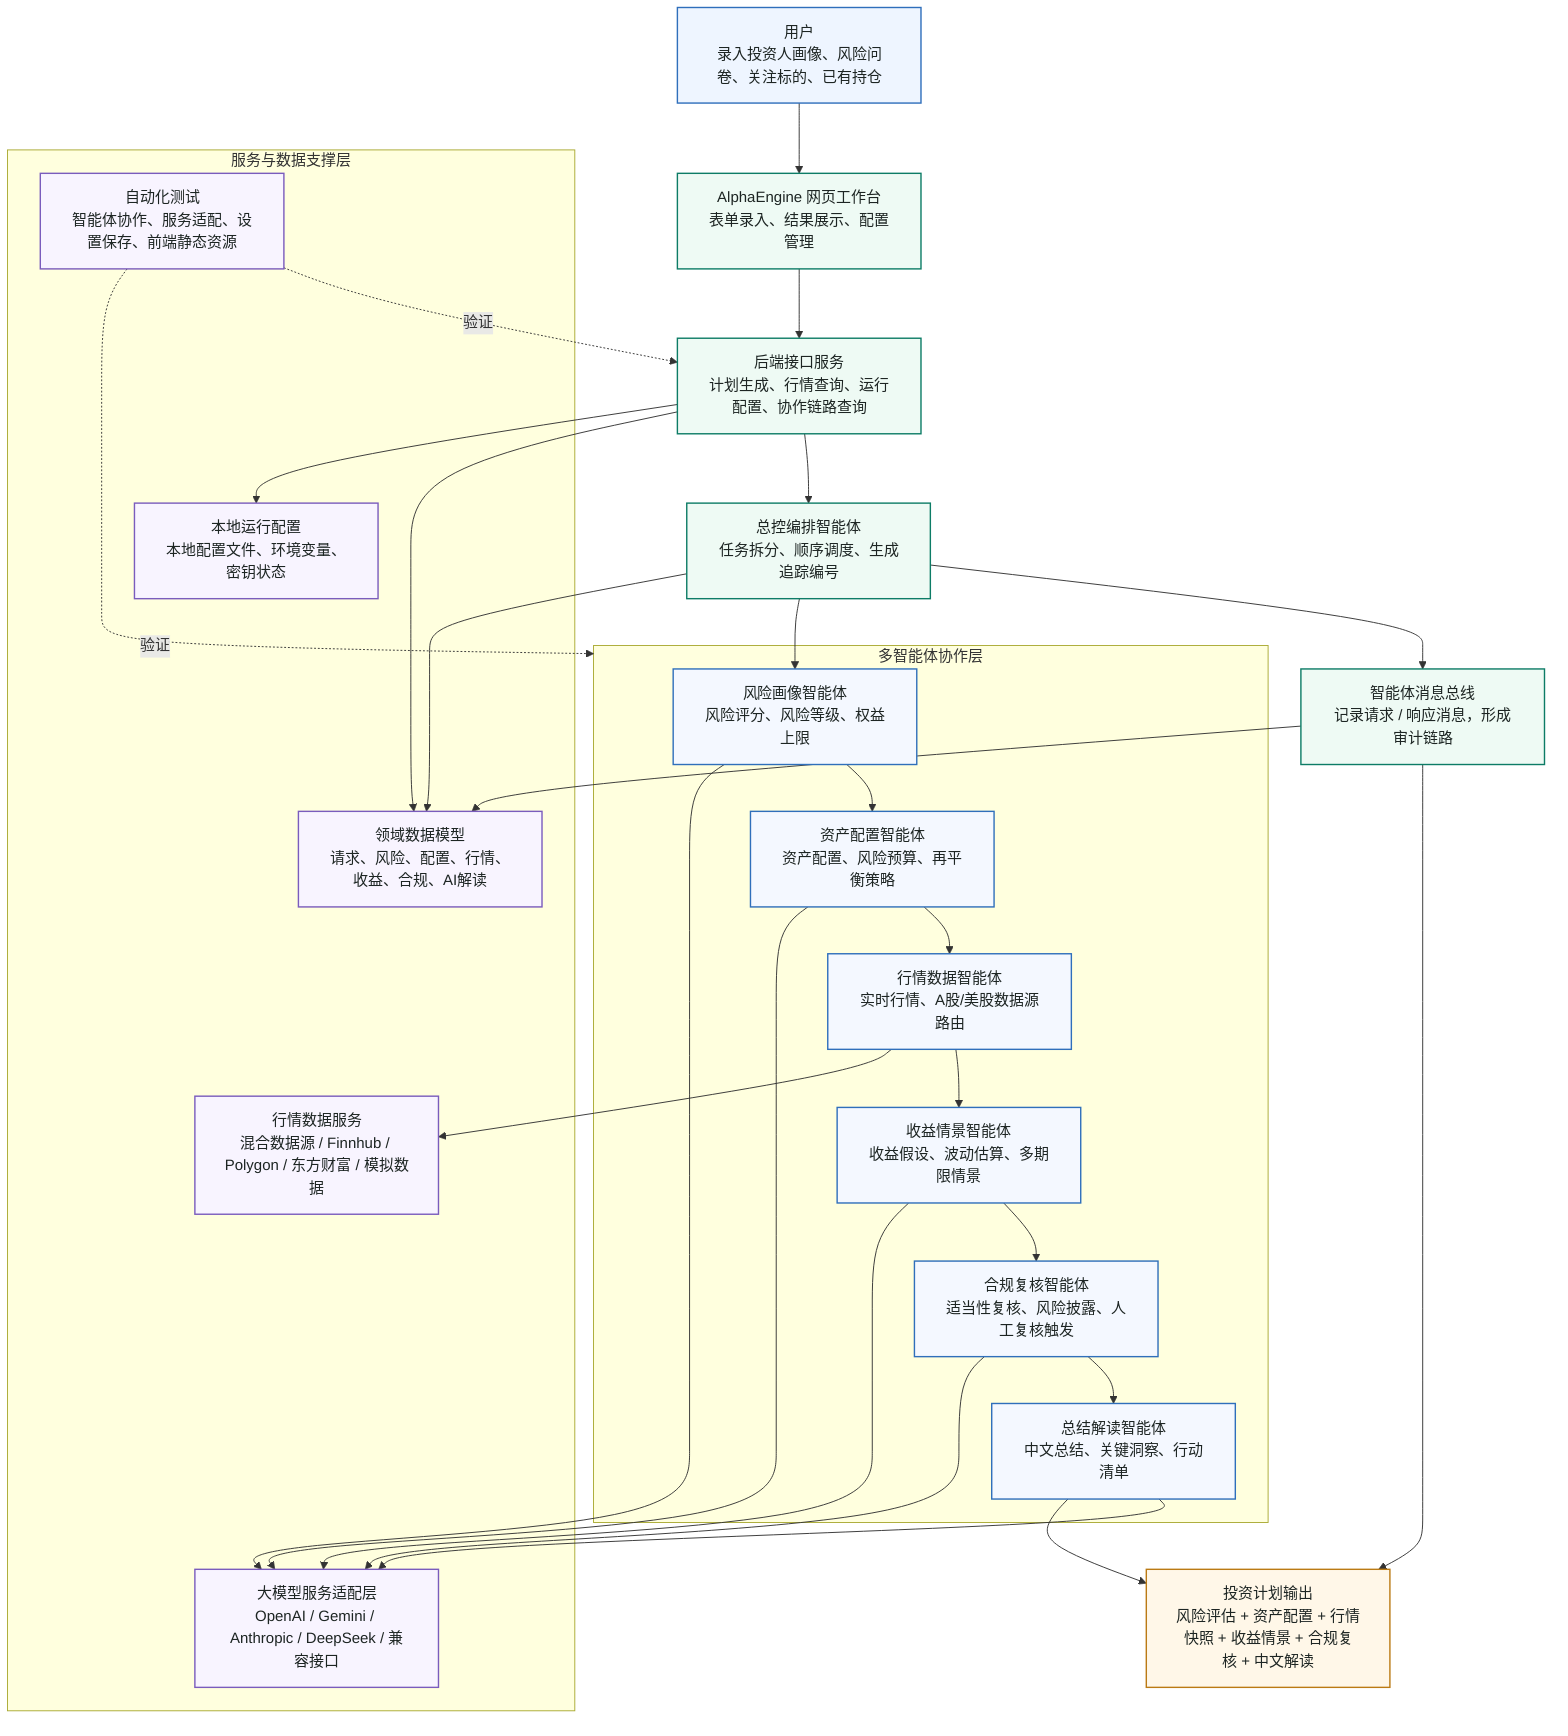
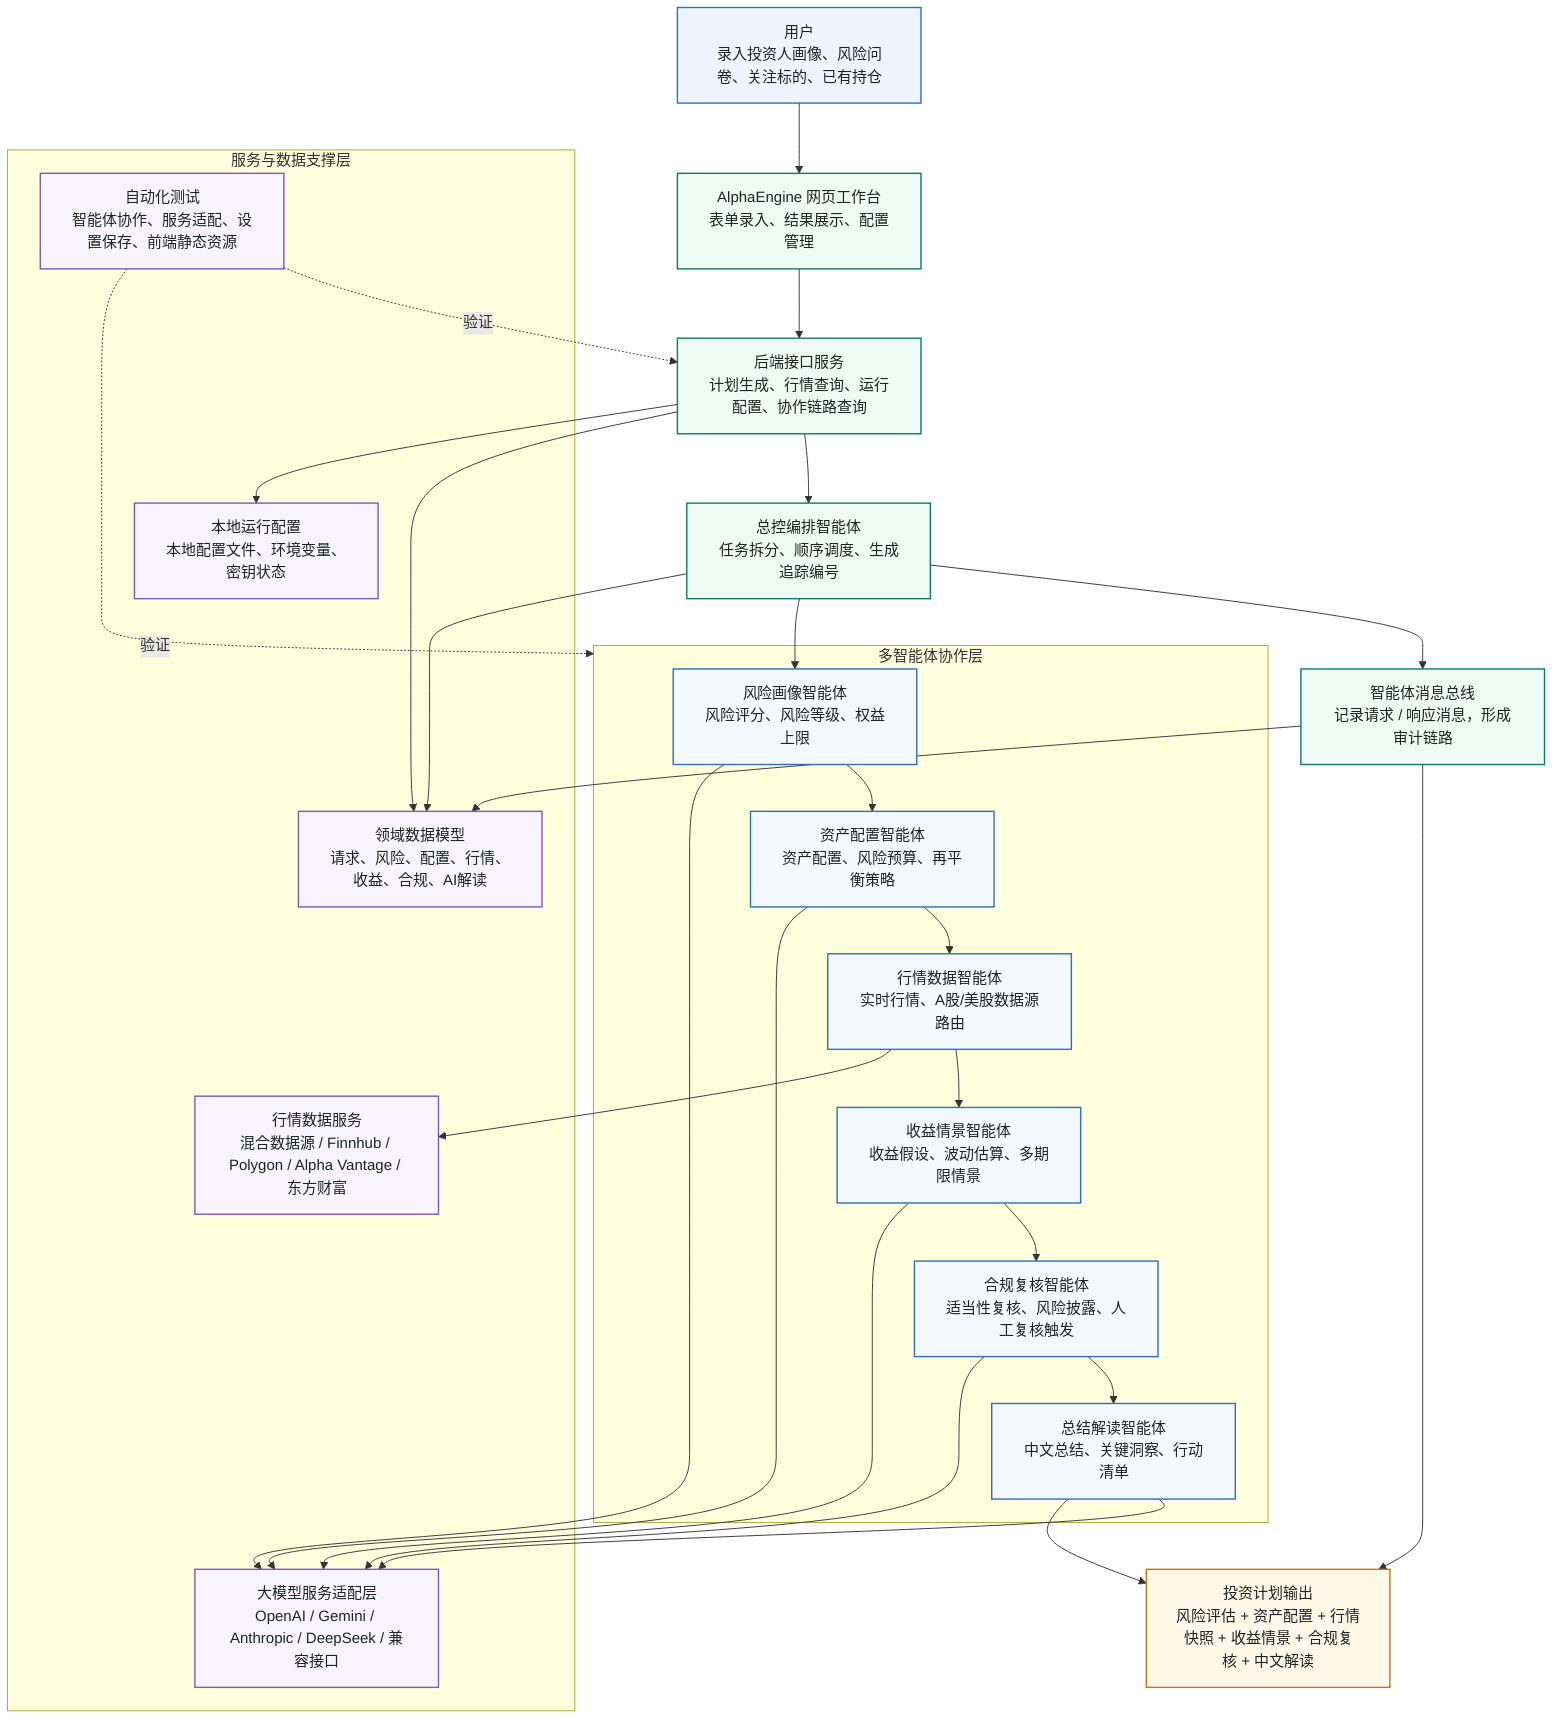
flowchart TD
    user["用户<br/>录入投资人画像、风险问卷、关注标的、已有持仓"]
    ui["AlphaEngine 网页工作台<br/>表单录入、结果展示、配置管理"]
    api["后端接口服务<br/>计划生成、行情查询、运行配置、协作链路查询"]
    coordinator["总控编排智能体<br/>任务拆分、顺序调度、生成追踪编号"]
    bus["智能体消息总线<br/>记录请求 / 响应消息，形成审计链路"]

    user --> ui --> api --> coordinator
    coordinator --> bus

    subgraph agents["多智能体协作层"]
        risk["风险画像智能体<br/>风险评分、风险等级、权益上限"]
        allocation["资产配置智能体<br/>资产配置、风险预算、再平衡策略"]
        market["行情数据智能体<br/>实时行情、A股/美股数据源路由"]
        returns["收益情景智能体<br/>收益假设、波动估算、多期限情景"]
        compliance["合规复核智能体<br/>适当性复核、风险披露、人工复核触发"]
        advisor["总结解读智能体<br/>中文总结、关键洞察、行动清单"]
    end

    coordinator --> risk
    risk --> allocation
    allocation --> market
    market --> returns
    returns --> compliance
    compliance --> advisor

    subgraph services["服务与数据支撑层"]
-         market_service["行情数据服务<br/>混合数据源 / Finnhub / Polygon / 东方财富 / 模拟数据"]
+         market_service["行情数据服务<br/>混合数据源 / Finnhub / Polygon / Alpha Vantage / 东方财富"]
        ai_service["大模型服务适配层<br/>OpenAI / Gemini / Anthropic / DeepSeek / 兼容接口"]
        schemas["领域数据模型<br/>请求、风险、配置、行情、收益、合规、AI解读"]
        config["本地运行配置<br/>本地配置文件、环境变量、密钥状态"]
        tests["自动化测试<br/>智能体协作、服务适配、设置保存、前端静态资源"]
    end

    market --> market_service
    risk --> ai_service
    allocation --> ai_service
    returns --> ai_service
    compliance --> ai_service
    advisor --> ai_service
    api --> schemas
    api --> config
    coordinator --> schemas
    bus --> schemas
    tests -.验证.-> api
    tests -.验证.-> agents

    output["投资计划输出<br/>风险评估 + 资产配置 + 行情快照 + 收益情景 + 合规复核 + 中文解读"]
    advisor --> output
    bus --> output

    classDef userLayer fill:#eef5ff,stroke:#2f6fbb,stroke-width:1.5px,color:#1d2523;
    classDef apiLayer fill:#eefaf4,stroke:#0d7c66,stroke-width:1.5px,color:#1d2523;
    classDef agentLayer fill:#f4f8ff,stroke:#2f6fbb,stroke-width:1.5px,color:#1d2523;
    classDef serviceLayer fill:#f8f4ff,stroke:#7a5cbd,stroke-width:1.5px,color:#1d2523;
    classDef outputLayer fill:#fff7e8,stroke:#bb7a14,stroke-width:1.5px,color:#1d2523;

    class user userLayer;
    class ui,api,coordinator,bus apiLayer;
    class risk,allocation,market,returns,compliance,advisor agentLayer;
    class market_service,ai_service,schemas,config,tests serviceLayer;
    class output outputLayer;
